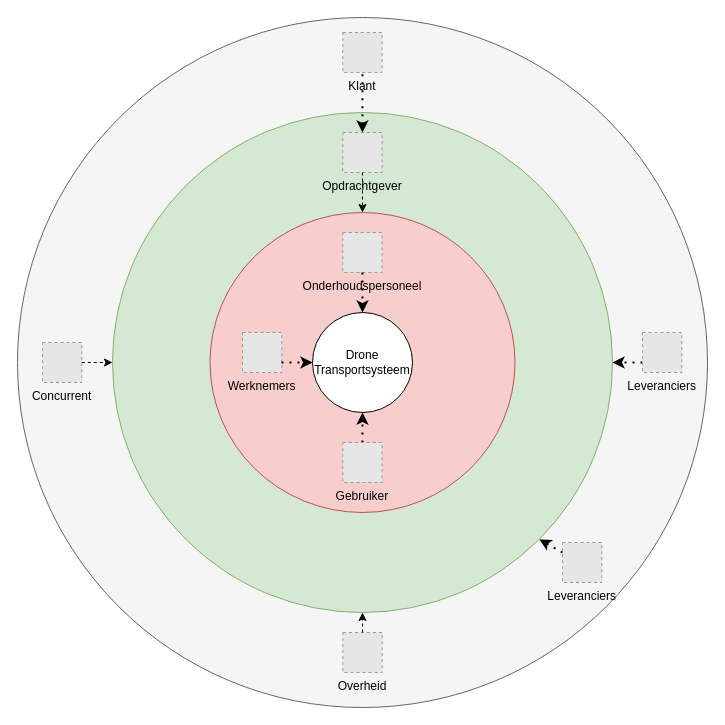
ASCanak/SysEn keeps this draw.io diagram as Stakeholders/draw.io/onion.drawio. Above is the earlier version. Source tidied: cells renumbered, new cells numbered last; positions are measured from the earlier drawing's top-left corner, leaving out a move shared by most shapes. Both pictures are drawn from the tidied source at 100%, with x=0, y=0 at pixel (17, 17). Pictures stored in the file or linked from it are replaced by grey dashed boxes.
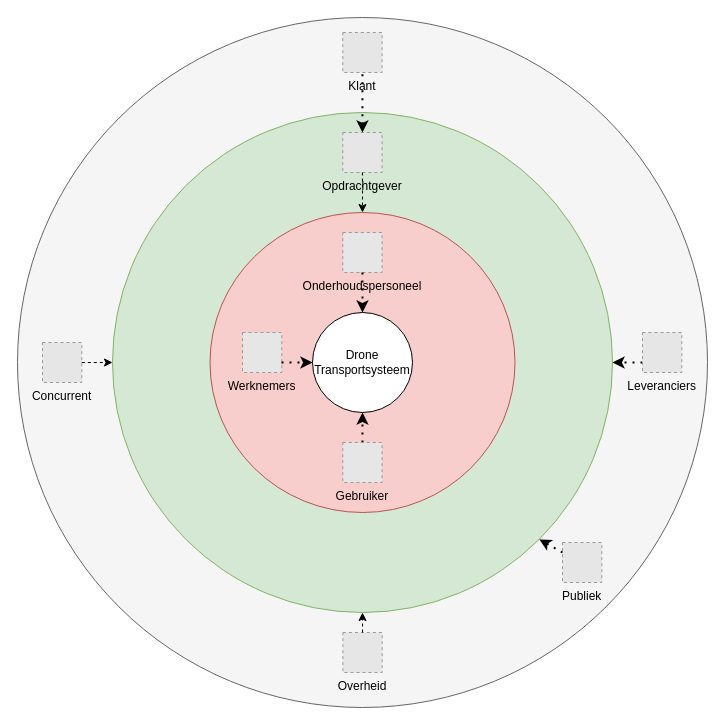
After the change.

Change to the diagram source:
```diff
@@
-    <mxCell id="22" value="Leveranciers" style="fillColor=#E6E6E6;strokeColor=#999999;dashed=1;verticalLabelPosition=bottom;labelBackgroundColor=none;verticalAlign=top;" parent="1" vertex="1">
+    <mxCell id="22" value="Publiek" style="fillColor=#E6E6E6;strokeColor=#999999;dashed=1;verticalLabelPosition=bottom;labelBackgroundColor=none;verticalAlign=top;" parent="1" vertex="1">
       <mxGeometry x="545" y="525" width="39.3" height="40" as="geometry" />
     </mxCell>
```
